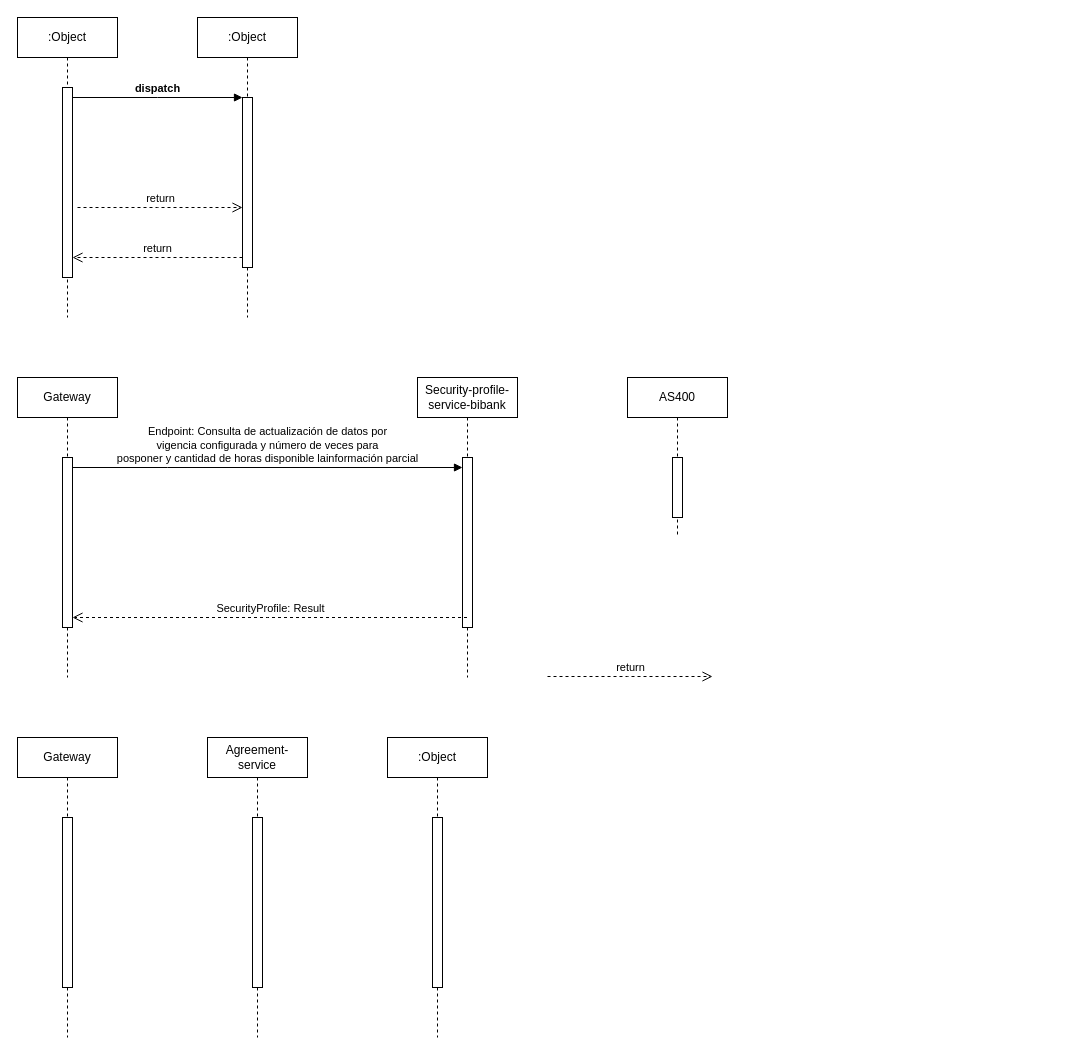
Earlier version of the draw.io diagram Actualizacion de datos.drawio (StevenGpByte/ActualizacionDatos). Source tidied: cells renumbered, new cells numbered last; positions are measured from the earlier drawing's top-left corner, leaving out a move shared by most shapes. Both pictures are drawn from the tidied source at 100%, with x=0, y=0 at pixel (17, 17).
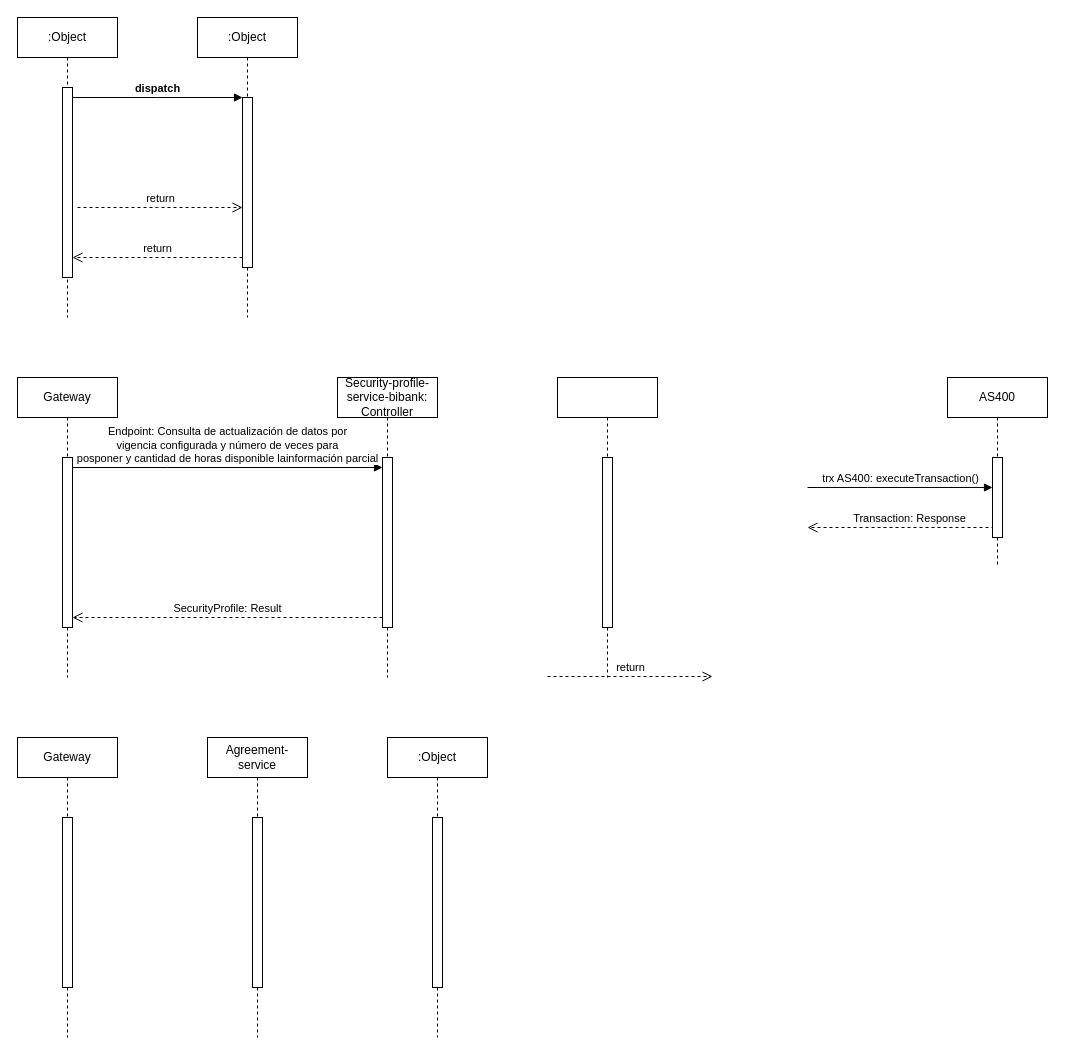
The same page after the edit.

Unchanged cells that the change refers to:
```xml
<mxCell id="10" style="html=1;points=[];perimeter=orthogonalPerimeter;outlineConnect=0;targetShapes=umlLifeline;portConstraint=eastwest;newEdgeStyle={&quot;edgeStyle&quot;:&quot;elbowEdgeStyle&quot;,&quot;elbow&quot;:&quot;vertical&quot;,&quot;curved&quot;:0,&quot;rounded&quot;:0};" parent="9" vertex="1">
  <mxGeometry x="45" y="80" width="10" height="170" as="geometry" />
</mxCell>
<mxCell id="12" style="html=1;points=[];perimeter=orthogonalPerimeter;outlineConnect=0;targetShapes=umlLifeline;portConstraint=eastwest;newEdgeStyle={&quot;edgeStyle&quot;:&quot;elbowEdgeStyle&quot;,&quot;elbow&quot;:&quot;vertical&quot;,&quot;curved&quot;:0,&quot;rounded&quot;:0};" parent="11" vertex="1">
  <mxGeometry x="45" y="80" width="10" height="170" as="geometry" />
</mxCell>
```

Change to the diagram source:
```diff
@@
-    <mxCell id="11" value="Security-profile-service-bibank" style="shape=umlLifeline;perimeter=lifelinePerimeter;whiteSpace=wrap;html=1;outlineConnect=0;portConstraint=eastwest;newEdgeStyle={&quot;edgeStyle&quot;:&quot;elbowEdgeStyle&quot;,&quot;elbow&quot;:&quot;vertical&quot;,&quot;curved&quot;:0,&quot;rounded&quot;:0};" parent="1" vertex="1">
-      <mxGeometry x="400" y="360" width="100" height="300" as="geometry" />
+    <mxCell id="11" value="Security-profile-service-bibank: Controller" style="shape=umlLifeline;perimeter=lifelinePerimeter;whiteSpace=wrap;html=1;outlineConnect=0;portConstraint=eastwest;newEdgeStyle={&quot;edgeStyle&quot;:&quot;elbowEdgeStyle&quot;,&quot;elbow&quot;:&quot;vertical&quot;,&quot;curved&quot;:0,&quot;rounded&quot;:0};" parent="1" vertex="1">
+      <mxGeometry x="320" y="360" width="100" height="300" as="geometry" />
     </mxCell>
@@
     <mxCell id="13" value="AS400" style="shape=umlLifeline;perimeter=lifelinePerimeter;whiteSpace=wrap;html=1;newEdgeStyle={&quot;edgeStyle&quot;:&quot;elbowEdgeStyle&quot;,&quot;elbow&quot;:&quot;vertical&quot;,&quot;curved&quot;:0,&quot;rounded&quot;:0};" parent="1" vertex="1">
-      <mxGeometry x="610" y="360" width="100" height="160" as="geometry" />
+      <mxGeometry x="930" y="360" width="100" height="190" as="geometry" />
     </mxCell>
     <mxCell id="14" style="html=1;points=[];perimeter=orthogonalPerimeter;outlineConnect=0;targetShapes=umlLifeline;portConstraint=eastwest;newEdgeStyle={&quot;edgeStyle&quot;:&quot;elbowEdgeStyle&quot;,&quot;elbow&quot;:&quot;vertical&quot;,&quot;curved&quot;:0,&quot;rounded&quot;:0};" parent="13" vertex="1">
-      <mxGeometry x="45" y="80" width="10" height="60" as="geometry" />
+      <mxGeometry x="45" y="80" width="10" height="80" as="geometry" />
     </mxCell>
@@
-    <mxCell id="23" value="SecurityProfile: Result" style="html=1;verticalAlign=bottom;endArrow=open;dashed=1;endSize=8;edgeStyle=elbowEdgeStyle;elbow=vertical;curved=0;rounded=0;" parent="1" edge="1" source="11" target="10">
+    <mxCell id="23" value="SecurityProfile: Result" style="html=1;verticalAlign=bottom;endArrow=open;dashed=1;endSize=8;edgeStyle=elbowEdgeStyle;elbow=vertical;curved=0;rounded=0;" parent="1" edge="1" source="12" target="10">
       <mxGeometry relative="1" as="geometry">
         <Array as="points">
           <mxPoint x="250" y="600" />
         </Array>
       </mxGeometry>
     </mxCell>
+    <mxCell id="24" value="trx AS400: executeTransaction()" style="html=1;verticalAlign=bottom;endArrow=block;edgeStyle=elbowEdgeStyle;elbow=vertical;curved=0;rounded=0;" parent="1" edge="1" target="14">
+      <mxGeometry relative="1" as="geometry">
+        <mxPoint x="790" y="470" as="sourcePoint" />
+        <Array as="points">
+          <mxPoint x="850" y="470" />
+        </Array>
+      </mxGeometry>
+    </mxCell>
+    <mxCell id="25" value="Transaction: Response" style="html=1;verticalAlign=bottom;endArrow=open;dashed=1;endSize=8;edgeStyle=elbowEdgeStyle;elbow=vertical;curved=0;rounded=0;" parent="1" edge="1">
+      <mxGeometry relative="1" as="geometry">
+        <mxPoint x="975" y="490" as="sourcePoint" />
+        <mxPoint x="790" y="510" as="targetPoint" />
+        <Array as="points">
+          <mxPoint x="765" y="510" />
+        </Array>
+      </mxGeometry>
+    </mxCell>
+    <mxCell id="26" value="&lt;br&gt;" style="shape=umlLifeline;perimeter=lifelinePerimeter;whiteSpace=wrap;html=1;newEdgeStyle={&quot;edgeStyle&quot;:&quot;elbowEdgeStyle&quot;,&quot;elbow&quot;:&quot;vertical&quot;,&quot;curved&quot;:0,&quot;rounded&quot;:0};" parent="1" vertex="1">
+      <mxGeometry x="540" y="360" width="100" height="300" as="geometry" />
+    </mxCell>
+    <mxCell id="27" style="html=1;perimeter=orthogonalPerimeter;targetShapes=umlLifeline;newEdgeStyle={&quot;edgeStyle&quot;:&quot;elbowEdgeStyle&quot;,&quot;elbow&quot;:&quot;vertical&quot;,&quot;curved&quot;:0,&quot;rounded&quot;:0};" parent="26" vertex="1">
+      <mxGeometry x="45" y="80" width="10" height="170" as="geometry" />
+    </mxCell>
```
